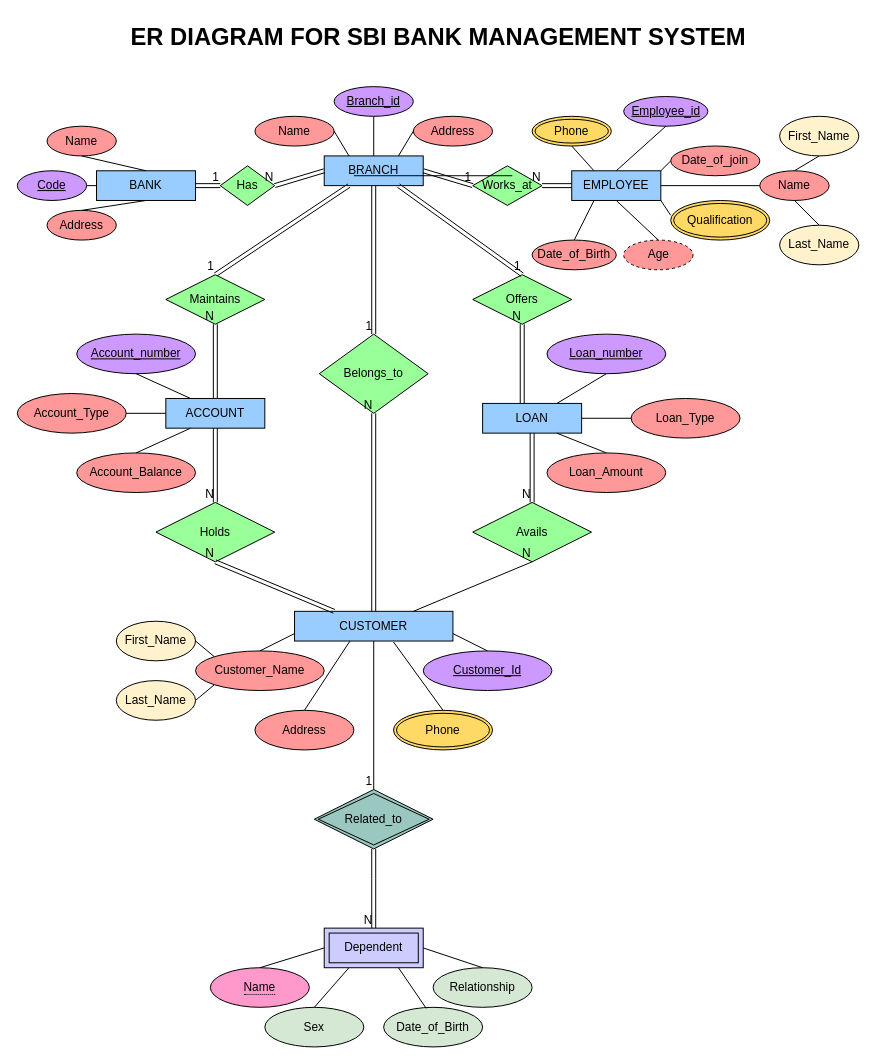
Before: page "Page-1" (1 of 2) of Relational_model_from_ER_Diagram.drawio in Anurag404OpenSourceRules/Bank-Management-System-ERD, a draw.io diagram. Source tidied: cells renumbered, new cells numbered last; positions are measured from the earlier drawing's top-left corner, leaving out a move shared by most shapes. Both pictures are drawn from the tidied source at 99%, with x=0, y=0 at pixel (17, 17).
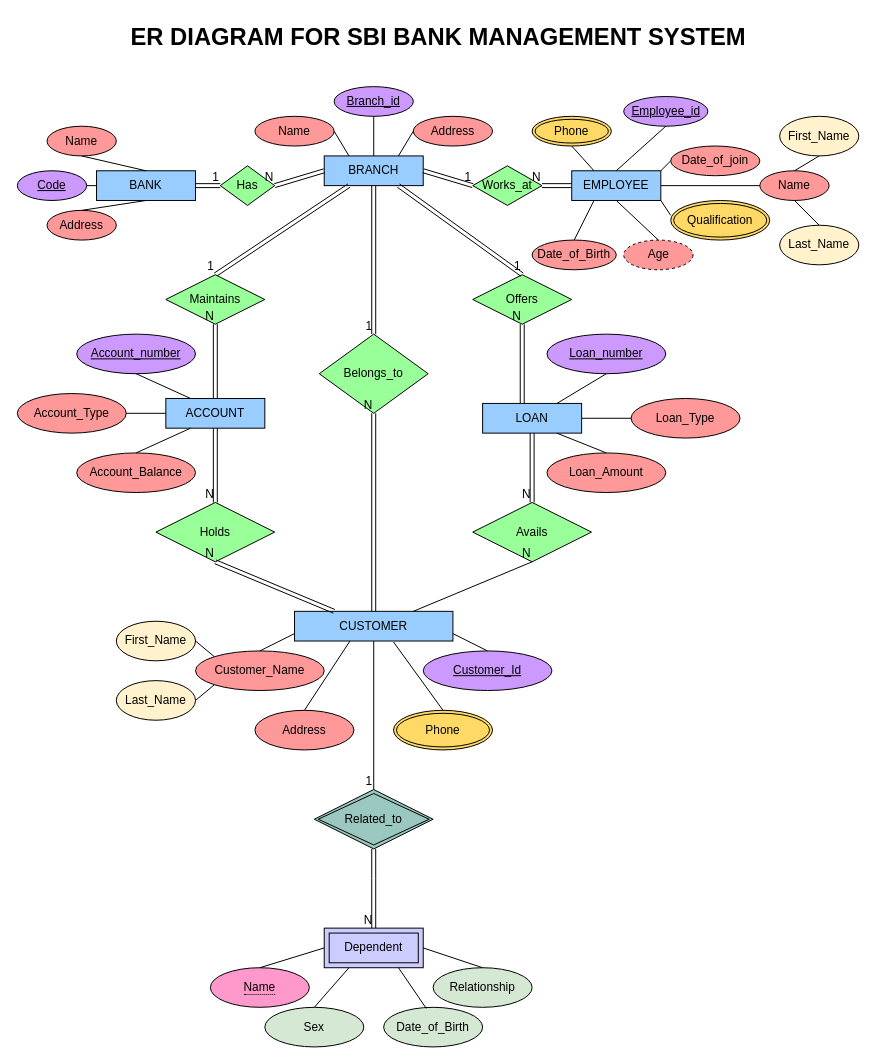
The same diagram, later.

The edit, as a diff of the source:
```diff
@@
-    <mxCell id="111" style="endArrow=none;html=1;rounded=0;" parent="1" edge="1">
-      <mxGeometry relative="1" as="geometry">
-        <mxPoint x="340" y="160" as="sourcePoint" />
-        <mxPoint x="500" y="160" as="targetPoint" />
-      </mxGeometry>
-    </mxCell>
```
